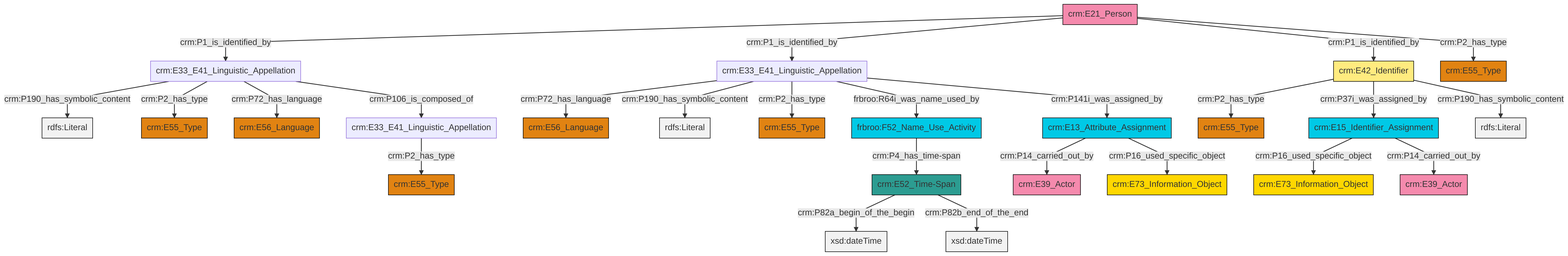
swiss-art-research-net/reference-data-models keeps this Mermaid diagram as et/personCSV/ttl/mmd/png/Person_Names_and_Classification.png. Above is the earlier version. Its source is kept beside it as et/personCSV/ttl/mmd/Person_Names_and_Classification.ttl.mmd.
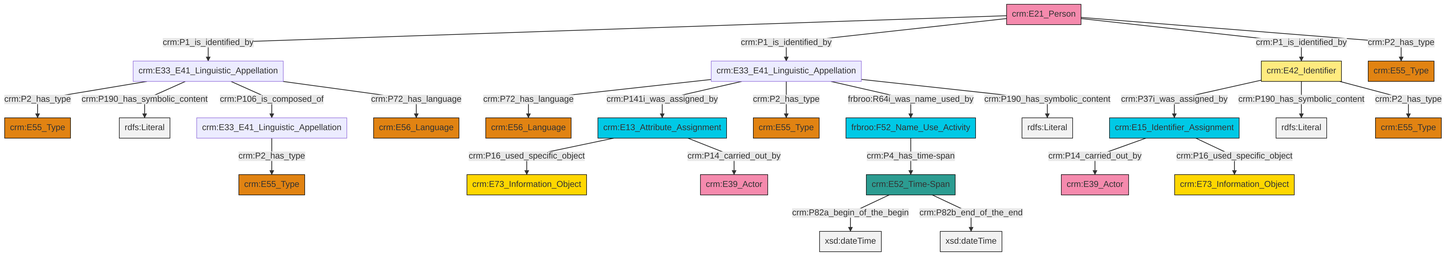
The same file after the commit.

What changed in the source:
```diff
@@ -13,27 +13,27 @@
 classDef PC_Classes fill:#4ce600, stroke:#000000;
 classDef Multi fill:#cccccc,stroke:#000000;
 
-2["crm:E21_Person"]:::Actor -->|crm:P1_is_identified_by| 3["crm:E33_E41_Linguistic_Appellation"]:::Default
-4["crm:E42_Identifier"]:::Appellation -->|crm:P2_has_type| 5["crm:E55_Type"]:::Type
-8["crm:E33_E41_Linguistic_Appellation"]:::Default -->|crm:P72_has_language| 9["crm:E56_Language"]:::Type
-10["frbroo:F52_Name_Use_Activity"]:::Temporal_Entity -->|crm:P4_has_time-span| 11["crm:E52_Time-Span"]:::Time-Span
-2["crm:E21_Person"]:::Actor -->|crm:P1_is_identified_by| 8["crm:E33_E41_Linguistic_Appellation"]:::Default
-4["crm:E42_Identifier"]:::Appellation -->|crm:P37i_was_assigned_by| 12["crm:E15_Identifier_Assignment"]:::Temporal_Entity
-15["crm:E33_E41_Linguistic_Appellation"]:::Default -->|crm:P2_has_type| 16["crm:E55_Type"]:::Type
-4["crm:E42_Identifier"]:::Appellation -->|crm:P190_has_symbolic_content| 22[rdfs:Literal]:::Literal
-23["crm:E13_Attribute_Assignment"]:::Temporal_Entity -->|crm:P14_carried_out_by| 25["crm:E39_Actor"]:::Actor
-23["crm:E13_Attribute_Assignment"]:::Temporal_Entity -->|crm:P16_used_specific_object| 20["crm:E73_Information_Object"]:::Conceptual_Object
-11["crm:E52_Time-Span"]:::Time-Span -->|crm:P82a_begin_of_the_begin| 31[xsd:dateTime]:::Literal
-8["crm:E33_E41_Linguistic_Appellation"]:::Default -->|crm:P190_has_symbolic_content| 33[rdfs:Literal]:::Literal
-12["crm:E15_Identifier_Assignment"]:::Temporal_Entity -->|crm:P16_used_specific_object| 34["crm:E73_Information_Object"]:::Conceptual_Object
-11["crm:E52_Time-Span"]:::Time-Span -->|crm:P82b_end_of_the_end| 35[xsd:dateTime]:::Literal
-12["crm:E15_Identifier_Assignment"]:::Temporal_Entity -->|crm:P14_carried_out_by| 28["crm:E39_Actor"]:::Actor
-3["crm:E33_E41_Linguistic_Appellation"]:::Default -->|crm:P190_has_symbolic_content| 41[rdfs:Literal]:::Literal
-3["crm:E33_E41_Linguistic_Appellation"]:::Default -->|crm:P2_has_type| 0["crm:E55_Type"]:::Type
-3["crm:E33_E41_Linguistic_Appellation"]:::Default -->|crm:P72_has_language| 36["crm:E56_Language"]:::Type
-8["crm:E33_E41_Linguistic_Appellation"]:::Default -->|crm:P2_has_type| 6["crm:E55_Type"]:::Type
-8["crm:E33_E41_Linguistic_Appellation"]:::Default -->|frbroo:R64i_was_name_used_by| 10["frbroo:F52_Name_Use_Activity"]:::Temporal_Entity
-3["crm:E33_E41_Linguistic_Appellation"]:::Default -->|crm:P106_is_composed_of| 15["crm:E33_E41_Linguistic_Appellation"]:::Default
-2["crm:E21_Person"]:::Actor -->|crm:P1_is_identified_by| 4["crm:E42_Identifier"]:::Appellation
-8["crm:E33_E41_Linguistic_Appellation"]:::Default -->|crm:P141i_was_assigned_by| 23["crm:E13_Attribute_Assignment"]:::Temporal_Entity
-2["crm:E21_Person"]:::Actor -->|crm:P2_has_type| 17["crm:E55_Type"]:::Type
+6["crm:E21_Person"]:::Actor -->|crm:P1_is_identified_by| 7["crm:E33_E41_Linguistic_Appellation"]:::Default
+8["crm:E13_Attribute_Assignment"]:::Temporal_Entity -->|crm:P16_used_specific_object| 9["crm:E73_Information_Object"]:::Conceptual_Object
+10["crm:E33_E41_Linguistic_Appellation"]:::Default -->|crm:P72_has_language| 11["crm:E56_Language"]:::Type
+13["crm:E42_Identifier"]:::Appellation -->|crm:P37i_was_assigned_by| 14["crm:E15_Identifier_Assignment"]:::Temporal_Entity
+7["crm:E33_E41_Linguistic_Appellation"]:::Default -->|crm:P2_has_type| 15["crm:E55_Type"]:::Type
+14["crm:E15_Identifier_Assignment"]:::Temporal_Entity -->|crm:P14_carried_out_by| 18["crm:E39_Actor"]:::Actor
+6["crm:E21_Person"]:::Actor -->|crm:P1_is_identified_by| 10["crm:E33_E41_Linguistic_Appellation"]:::Default
+13["crm:E42_Identifier"]:::Appellation -->|crm:P190_has_symbolic_content| 24[rdfs:Literal]:::Literal
+6["crm:E21_Person"]:::Actor -->|crm:P1_is_identified_by| 13["crm:E42_Identifier"]:::Appellation
+7["crm:E33_E41_Linguistic_Appellation"]:::Default -->|crm:P190_has_symbolic_content| 29[rdfs:Literal]:::Literal
+10["crm:E33_E41_Linguistic_Appellation"]:::Default -->|crm:P141i_was_assigned_by| 8["crm:E13_Attribute_Assignment"]:::Temporal_Entity
+0["crm:E33_E41_Linguistic_Appellation"]:::Default -->|crm:P2_has_type| 31["crm:E55_Type"]:::Type
+14["crm:E15_Identifier_Assignment"]:::Temporal_Entity -->|crm:P16_used_specific_object| 27["crm:E73_Information_Object"]:::Conceptual_Object
+6["crm:E21_Person"]:::Actor -->|crm:P2_has_type| 32["crm:E55_Type"]:::Type
+2["crm:E52_Time-Span"]:::Time-Span -->|crm:P82a_begin_of_the_begin| 33[xsd:dateTime]:::Literal
+2["crm:E52_Time-Span"]:::Time-Span -->|crm:P82b_end_of_the_end| 35[xsd:dateTime]:::Literal
+36["frbroo:F52_Name_Use_Activity"]:::Temporal_Entity -->|crm:P4_has_time-span| 2["crm:E52_Time-Span"]:::Time-Span
+10["crm:E33_E41_Linguistic_Appellation"]:::Default -->|crm:P2_has_type| 20["crm:E55_Type"]:::Type
+8["crm:E13_Attribute_Assignment"]:::Temporal_Entity -->|crm:P14_carried_out_by| 25["crm:E39_Actor"]:::Actor
+13["crm:E42_Identifier"]:::Appellation -->|crm:P2_has_type| 4["crm:E55_Type"]:::Type
+7["crm:E33_E41_Linguistic_Appellation"]:::Default -->|crm:P106_is_composed_of| 0["crm:E33_E41_Linguistic_Appellation"]:::Default
+10["crm:E33_E41_Linguistic_Appellation"]:::Default -->|frbroo:R64i_was_name_used_by| 36["frbroo:F52_Name_Use_Activity"]:::Temporal_Entity
+10["crm:E33_E41_Linguistic_Appellation"]:::Default -->|crm:P190_has_symbolic_content| 42[rdfs:Literal]:::Literal
+7["crm:E33_E41_Linguistic_Appellation"]:::Default -->|crm:P72_has_language| 43["crm:E56_Language"]:::Type
```
